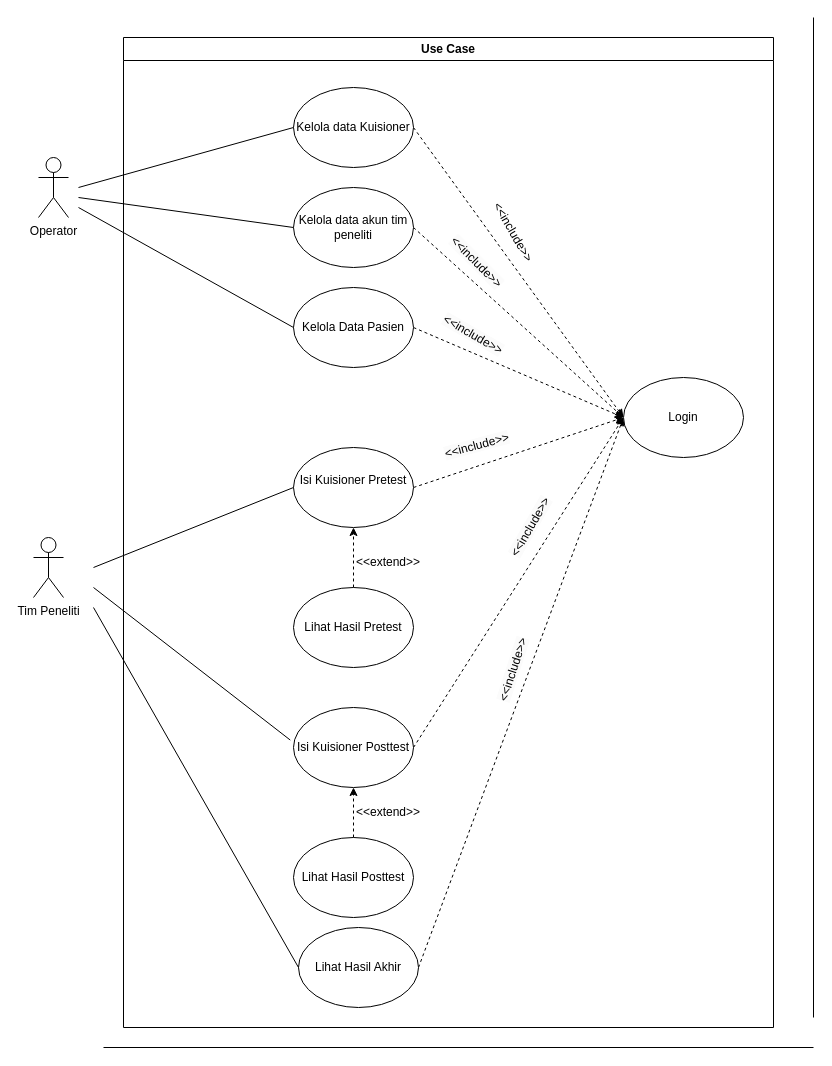
Earlier version of the draw.io diagram use_case_tugas_akhir.drawio (zzarr/Tugas-Akhir). Source tidied: cells renumbered, new cells numbered last; positions are measured from the earlier drawing's top-left corner, leaving out a move shared by most shapes. Both pictures are drawn from the tidied source at 100%, with x=0, y=0 at pixel (33, 17).
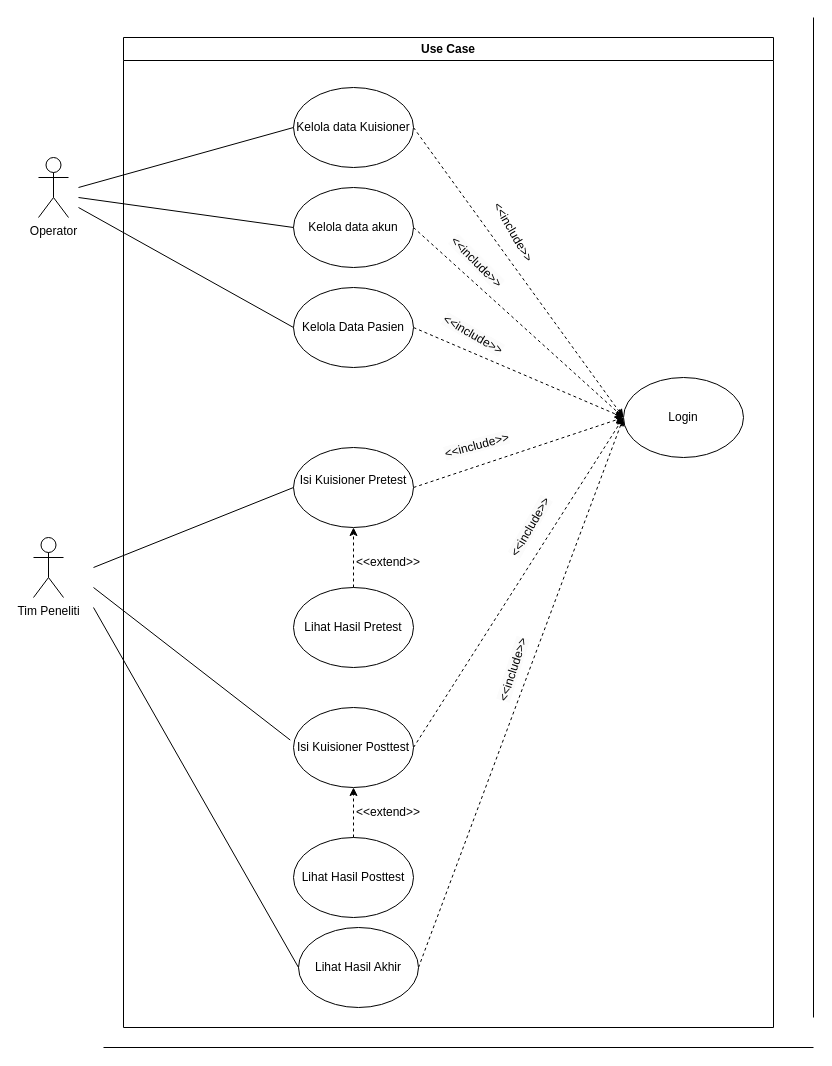
Above is the later version.

The edit, as a diff of the source:
```diff
@@
-    <mxCell id="6" value="Kelola data akun tim peneliti" style="ellipse;whiteSpace=wrap;html=1;" parent="1" vertex="1">
+    <mxCell id="6" value="Kelola data akun" style="ellipse;whiteSpace=wrap;html=1;" parent="1" vertex="1">
       <mxGeometry x="260" y="170" width="120" height="80" as="geometry" />
     </mxCell>
```
